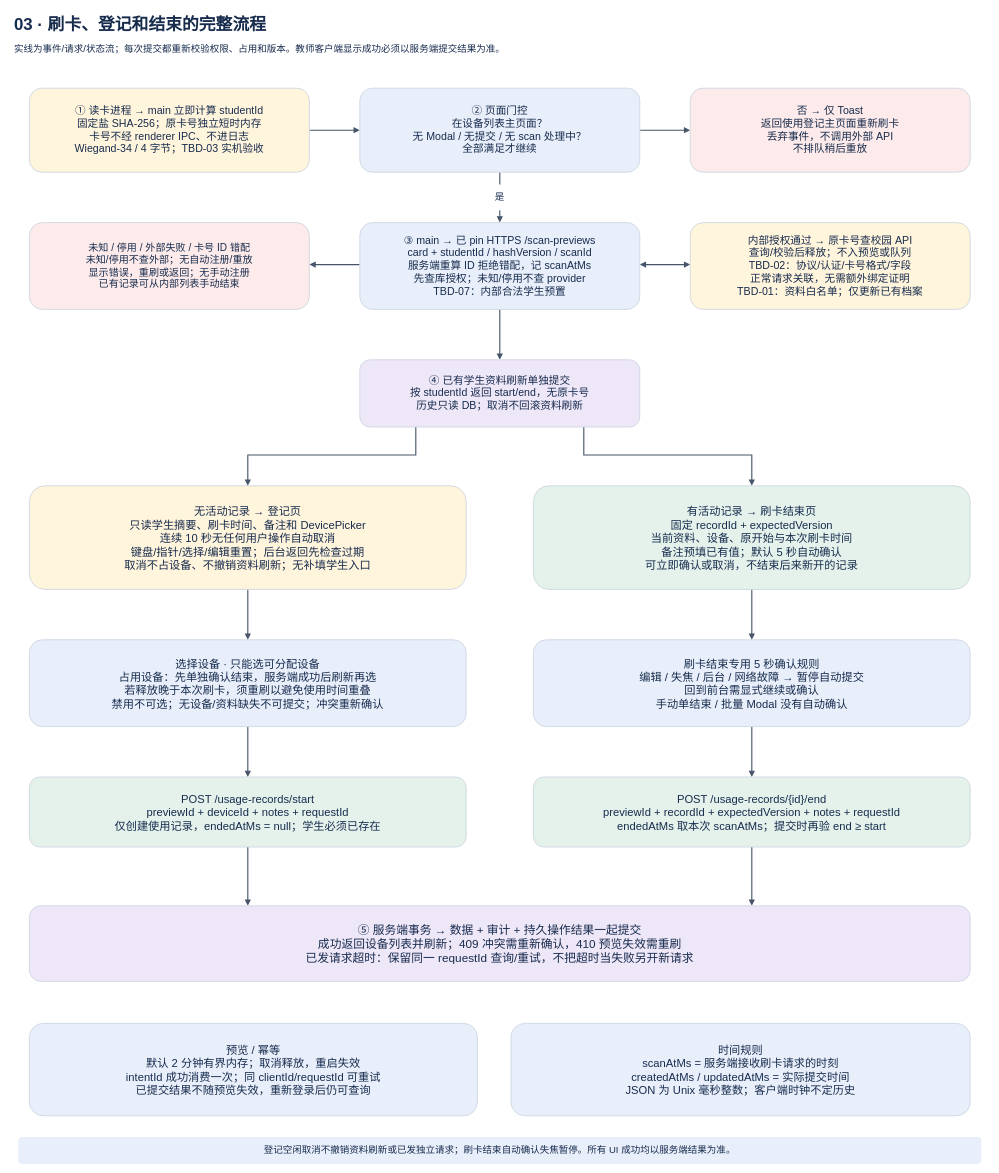
Above: page "03 · 刷卡、登记和结束的完整流程" (3 of 8) of record-only/docs/architecture.drawio in lmyzzzz/cyez-library-management (draw.io), before the change. Source tidied: cells renumbered, new cells numbered last; positions are measured from the earlier drawing's top-left corner, leaving out a move shared by most shapes. Both pictures are drawn from the tidied source at 56%, with x=0, y=0 at pixel (10, 10).
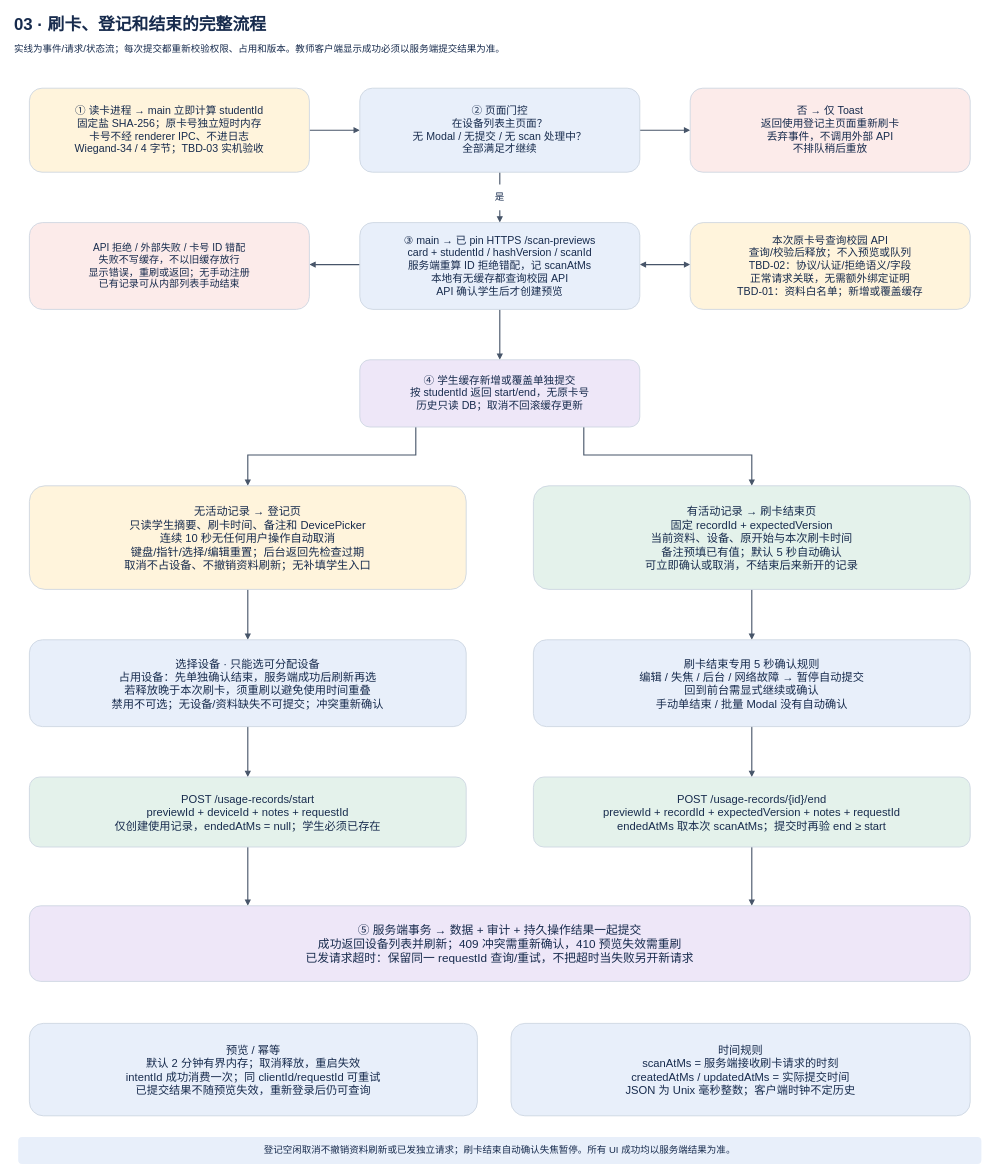
After the change.

Diff of the diagram source:
```diff
@@
-    <mxCell id="21" value="③ main → 已 pin HTTPS /scan-previews&#10;card + studentId / hashVersion / scanId&#10;服务端重算 ID 拒绝错配，记 scanAtMs&#10;先查库授权；未知/停用不查 provider&#10;TBD-07：内部合法学生预置" style="rounded=1;whiteSpace=wrap;html=0;fillColor=#e8effa;strokeColor=#cbd5e1;strokeWidth=1.5;fontColor=#172b4d;fontFamily=Microsoft YaHei;fontSize=19;fontStyle=0;align=center;verticalAlign=middle;spacing=8;" parent="1" vertex="1">
+    <mxCell id="21" value="③ main → 已 pin HTTPS /scan-previews&#10;card + studentId / hashVersion / scanId&#10;服务端重算 ID 拒绝错配，记 scanAtMs&#10;本地有无缓存都查询校园 API&#10;API 确认学生后才创建预览" style="rounded=1;whiteSpace=wrap;html=0;fillColor=#e8effa;strokeColor=#cbd5e1;strokeWidth=1.5;fontColor=#172b4d;fontFamily=Microsoft YaHei;fontSize=19;fontStyle=0;align=center;verticalAlign=middle;spacing=8;" parent="1" vertex="1">
       <mxGeometry x="625" y="380" width="500" height="155" as="geometry" />
     </mxCell>
@@
-    <mxCell id="23" value="内部授权通过 → 原卡号查校园 API&#10;查询/校验后释放；不入预览或队列&#10;TBD-02：协议/认证/卡号格式/字段&#10;正常请求关联，无需额外绑定证明&#10;TBD-01：资料白名单；仅更新已有档案" style="rounded=1;whiteSpace=wrap;html=0;fillColor=#fff4dc;strokeColor=#cbd5e1;strokeWidth=1.5;fontColor=#172b4d;fontFamily=Microsoft YaHei;fontSize=19;fontStyle=0;align=center;verticalAlign=middle;spacing=8;" parent="1" vertex="1">
+    <mxCell id="23" value="本次原卡号查询校园 API&#10;查询/校验后释放；不入预览或队列&#10;TBD-02：协议/认证/拒绝语义/字段&#10;正常请求关联，无需额外绑定证明&#10;TBD-01：资料白名单；新增或覆盖缓存" style="rounded=1;whiteSpace=wrap;html=0;fillColor=#fff4dc;strokeColor=#cbd5e1;strokeWidth=1.5;fontColor=#172b4d;fontFamily=Microsoft YaHei;fontSize=19;fontStyle=0;align=center;verticalAlign=middle;spacing=8;" parent="1" vertex="1">
       <mxGeometry x="1215" y="380" width="500" height="155" as="geometry" />
     </mxCell>
-    <mxCell id="24" value="未知 / 停用 / 外部失败 / 卡号 ID 错配&#10;未知/停用不查外部；无自动注册/重放&#10;显示错误，重刷或返回；无手动注册&#10;已有记录可从内部列表手动结束" style="rounded=1;whiteSpace=wrap;html=0;fillColor=#fcebea;strokeColor=#cbd5e1;strokeWidth=1.5;fontColor=#172b4d;fontFamily=Microsoft YaHei;fontSize=18;fontStyle=0;align=center;verticalAlign=middle;spacing=8;" parent="1" vertex="1">
+    <mxCell id="24" value="API 拒绝 / 外部失败 / 卡号 ID 错配&#10;失败不写缓存，不以旧缓存放行&#10;显示错误，重刷或返回；无手动注册&#10;已有记录可从内部列表手动结束" style="rounded=1;whiteSpace=wrap;html=0;fillColor=#fcebea;strokeColor=#cbd5e1;strokeWidth=1.5;fontColor=#172b4d;fontFamily=Microsoft YaHei;fontSize=18;fontStyle=0;align=center;verticalAlign=middle;spacing=8;" parent="1" vertex="1">
       <mxGeometry x="35" y="380" width="500" height="155" as="geometry" />
     </mxCell>
-    <mxCell id="25" value="④ 已有学生资料刷新单独提交&#10;按 studentId 返回 start/end，无原卡号&#10;历史只读 DB；取消不回滚资料刷新" style="rounded=1;whiteSpace=wrap;html=0;fillColor=#eee7f8;strokeColor=#cbd5e1;strokeWidth=1.5;fontColor=#172b4d;fontFamily=Microsoft YaHei;fontSize=19;fontStyle=0;align=center;verticalAlign=middle;spacing=8;" parent="1" vertex="1">
+    <mxCell id="25" value="④ 学生缓存新增或覆盖单独提交&#10;按 studentId 返回 start/end，无原卡号&#10;历史只读 DB；取消不回滚缓存更新" style="rounded=1;whiteSpace=wrap;html=0;fillColor=#eee7f8;strokeColor=#cbd5e1;strokeWidth=1.5;fontColor=#172b4d;fontFamily=Microsoft YaHei;fontSize=19;fontStyle=0;align=center;verticalAlign=middle;spacing=8;" parent="1" vertex="1">
       <mxGeometry x="625" y="625" width="500" height="120" as="geometry" />
     </mxCell>
```
